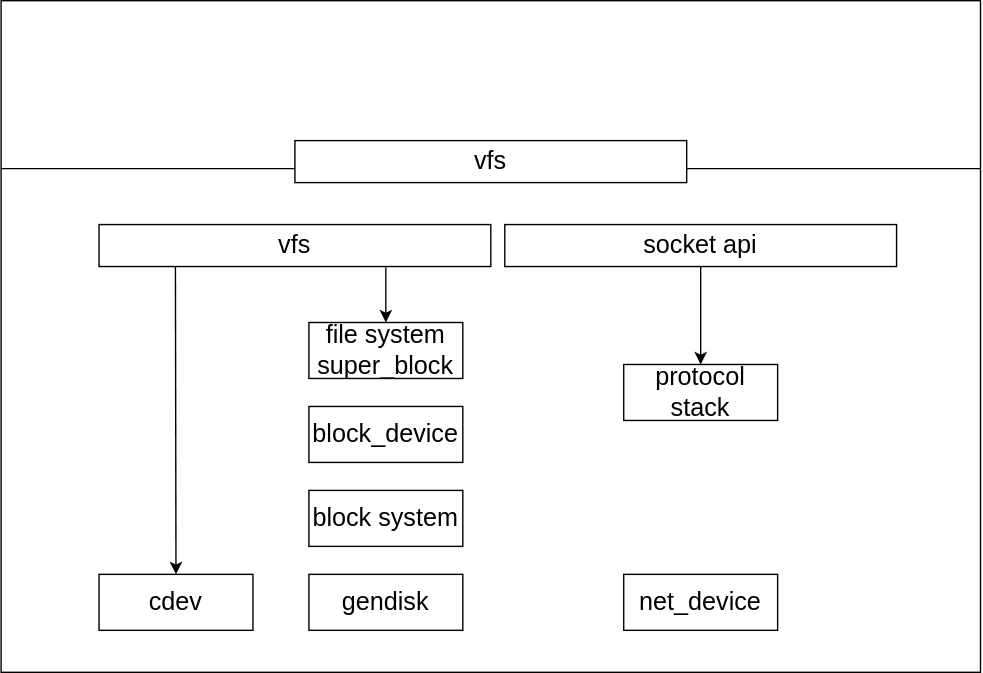
Above: src/kernel/linux/file/arch.dio.svg in dingiv/dingiv.github.io (draw.io), before the change. Source tidied: cells renumbered, new cells last; positions are measured from the earlier drawing's top-left corner, leaving out a move shared by most shapes. The source it was exported from:
```xml
<mxGraphModel>
  <root>
    <mxCell id="0" />
    <mxCell id="1" parent="0" />
    <mxCell id="2" style="rounded=0;whiteSpace=wrap;html=1;fontSize=18;" parent="1" vertex="1">
      <mxGeometry width="700" height="480" as="geometry" />
    </mxCell>
    <mxCell id="3" style="endArrow=none;html=1;exitX=0;exitY=0.5;exitDx=0;exitDy=0;entryX=1;entryY=0.5;entryDx=0;entryDy=0;fontSize=18;" parent="1" edge="1">
      <mxGeometry relative="1" as="geometry">
        <mxPoint y="120" as="sourcePoint" />
        <mxPoint x="700" y="120" as="targetPoint" />
      </mxGeometry>
    </mxCell>
    <mxCell id="4" value="vfs" style="rounded=0;whiteSpace=wrap;html=1;fontSize=18;" parent="1" vertex="1">
      <mxGeometry x="70" y="160" width="280" height="30" as="geometry" />
    </mxCell>
    <mxCell id="5" value="socket api" style="rounded=0;whiteSpace=wrap;html=1;fontSize=18;" parent="1" vertex="1">
      <mxGeometry x="360" y="160" width="280" height="30" as="geometry" />
    </mxCell>
    <mxCell id="6" value="cdev" style="rounded=0;whiteSpace=wrap;html=1;fontSize=18;" parent="1" vertex="1">
      <mxGeometry x="70" y="410" width="110" height="40" as="geometry" />
    </mxCell>
    <mxCell id="7" value="gendisk" style="rounded=0;whiteSpace=wrap;html=1;fontSize=18;" parent="1" vertex="1">
      <mxGeometry x="220" y="410" width="110" height="40" as="geometry" />
    </mxCell>
    <mxCell id="8" value="net_device" style="rounded=0;whiteSpace=wrap;html=1;fontSize=18;" parent="1" vertex="1">
      <mxGeometry x="445" y="410" width="110" height="40" as="geometry" />
    </mxCell>
    <mxCell id="9" style="endArrow=classic;html=1;entryX=0.5;entryY=0;entryDx=0;entryDy=0;exitX=0.195;exitY=0.993;exitDx=0;exitDy=0;exitPerimeter=0;fontSize=18;" parent="1" edge="1" source="4" target="6">
      <mxGeometry relative="1" as="geometry" />
    </mxCell>
    <mxCell id="10" value="block system" style="rounded=0;whiteSpace=wrap;html=1;fontSize=18;" parent="1" vertex="1">
      <mxGeometry x="220" y="350" width="110" height="40" as="geometry" />
    </mxCell>
    <mxCell id="11" value="block_device" style="rounded=0;whiteSpace=wrap;html=1;fontSize=18;" parent="1" vertex="1">
      <mxGeometry x="220" y="290" width="110" height="40" as="geometry" />
    </mxCell>
    <mxCell id="12" value="file system super_block" style="rounded=0;whiteSpace=wrap;html=1;fontSize=18;" parent="1" vertex="1">
      <mxGeometry x="220" y="230" width="110" height="40" as="geometry" />
    </mxCell>
    <mxCell id="13" style="endArrow=classic;html=1;entryX=0.5;entryY=0;entryDx=0;entryDy=0;exitX=0.732;exitY=1.024;exitDx=0;exitDy=0;exitPerimeter=0;fontSize=18;" parent="1" edge="1" source="4" target="12">
      <mxGeometry relative="1" as="geometry" />
    </mxCell>
    <mxCell id="14" style="endArrow=classic;html=1;entryX=0.5;entryY=0;entryDx=0;entryDy=0;exitX=0.5;exitY=1;exitDx=0;exitDy=0;fontSize=18;" parent="1" edge="1" source="5" target="15">
      <mxGeometry relative="1" as="geometry" />
    </mxCell>
    <mxCell id="15" value="protocol stack" style="rounded=0;whiteSpace=wrap;html=1;fontSize=18;" parent="1" vertex="1">
      <mxGeometry x="445" y="260" width="110" height="40" as="geometry" />
    </mxCell>
    <mxCell id="16" value="vfs" style="rounded=0;whiteSpace=wrap;html=1;fontSize=18;" parent="1" vertex="1">
      <mxGeometry x="210" y="100" width="280" height="30" as="geometry" />
    </mxCell>
  </root>
</mxGraphModel>
```
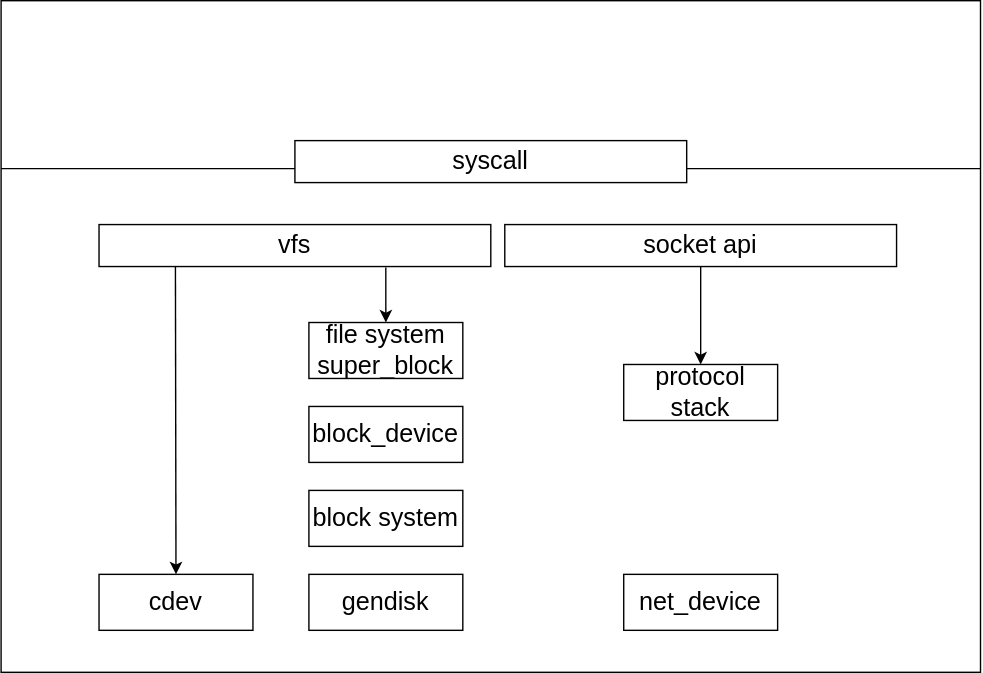
After the change.

Diff of the diagram source:
```diff
@@ -47,7 +47,7 @@
     <mxCell id="15" value="protocol stack" style="rounded=0;whiteSpace=wrap;html=1;fontSize=18;" parent="1" vertex="1">
       <mxGeometry x="445" y="260" width="110" height="40" as="geometry" />
     </mxCell>
-    <mxCell id="16" value="vfs" style="rounded=0;whiteSpace=wrap;html=1;fontSize=18;" parent="1" vertex="1">
+    <mxCell id="16" value="syscall" style="rounded=0;whiteSpace=wrap;html=1;fontSize=18;" parent="1" vertex="1">
       <mxGeometry x="210" y="100" width="280" height="30" as="geometry" />
     </mxCell>
   </root>
```
